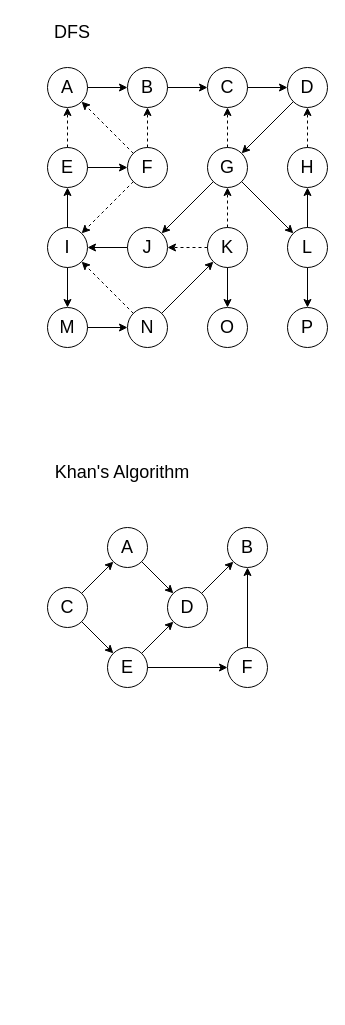
reissenzahn/blog keeps this draw.io diagram as page "graph-algorithms" (2 of 6) of static/img/diagrams.drawio. Above is the earlier version. Source tidied: cells renumbered, new cells numbered last; positions are measured from the earlier drawing's top-left corner, leaving out a move shared by most shapes. Both pictures are drawn from the tidied source at 100%, with x=0, y=0 at pixel (37, 17).
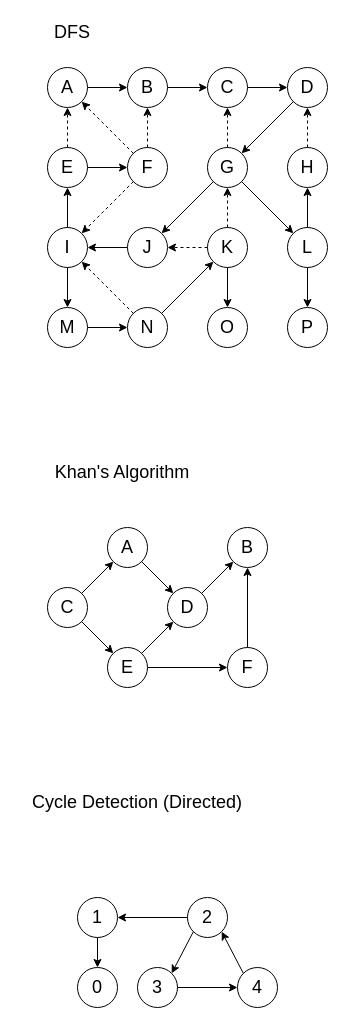
The same diagram, later.

What changed in the source:
```diff
@@
+    <mxCell id="57" value="Cycle Detection (Directed)" style="text;html=1;strokeColor=none;fillColor=none;align=center;verticalAlign=middle;whiteSpace=wrap;rounded=0;fontSize=18;" parent="1" vertex="1">
+      <mxGeometry x="-20" y="770" width="240" height="30" as="geometry" />
+    </mxCell>
+    <mxCell id="58" style="edgeStyle=none;rounded=0;jettySize=auto;html=1;exitX=1;exitY=0.5;exitDx=0;exitDy=0;entryX=0;entryY=0.5;entryDx=0;entryDy=0;" parent="1" edge="1" source="59" target="63">
+      <mxGeometry relative="1" as="geometry" />
+    </mxCell>
+    <mxCell id="59" value="&lt;font style=&quot;font-size: 18px&quot;&gt;3&lt;/font&gt;" style="ellipse;whiteSpace=wrap;html=1;fillColor=none;" parent="1" vertex="1">
+      <mxGeometry x="100" y="950" width="40" height="40" as="geometry" />
+    </mxCell>
+    <mxCell id="60" style="rounded=0;jettySize=auto;html=1;exitX=0;exitY=1;exitDx=0;exitDy=0;entryX=1;entryY=0;entryDx=0;entryDy=0;" parent="1" edge="1" source="61" target="59">
+      <mxGeometry relative="1" as="geometry" />
+    </mxCell>
+    <mxCell id="61" value="&lt;font style=&quot;font-size: 18px&quot;&gt;2&lt;/font&gt;" style="ellipse;whiteSpace=wrap;html=1;fillColor=none;" parent="1" vertex="1">
+      <mxGeometry x="150" y="880" width="40" height="40" as="geometry" />
+    </mxCell>
+    <mxCell id="62" style="edgeStyle=none;rounded=0;jettySize=auto;html=1;exitX=0;exitY=0;exitDx=0;exitDy=0;entryX=1;entryY=1;entryDx=0;entryDy=0;" parent="1" edge="1" source="63" target="61">
+      <mxGeometry relative="1" as="geometry" />
+    </mxCell>
+    <mxCell id="63" value="&lt;font style=&quot;font-size: 18px&quot;&gt;4&lt;/font&gt;" style="ellipse;whiteSpace=wrap;html=1;fillColor=none;" parent="1" vertex="1">
+      <mxGeometry x="200" y="950" width="40" height="40" as="geometry" />
+    </mxCell>
+    <mxCell id="64" style="edgeStyle=none;rounded=0;jettySize=auto;html=1;exitX=0;exitY=0.5;exitDx=0;exitDy=0;entryX=1;entryY=0.5;entryDx=0;entryDy=0;fontSize=18;" parent="1" edge="1" source="61" target="67">
+      <mxGeometry relative="1" as="geometry" />
+    </mxCell>
+    <mxCell id="65" value="&lt;font style=&quot;font-size: 18px&quot;&gt;0&lt;/font&gt;" style="ellipse;whiteSpace=wrap;html=1;fillColor=none;" parent="1" vertex="1">
+      <mxGeometry x="40" y="950" width="40" height="40" as="geometry" />
+    </mxCell>
+    <mxCell id="66" style="rounded=0;jettySize=auto;html=1;exitX=0.5;exitY=1;exitDx=0;exitDy=0;entryX=0.5;entryY=0;entryDx=0;entryDy=0;" parent="1" edge="1" source="67" target="65">
+      <mxGeometry relative="1" as="geometry" />
+    </mxCell>
+    <mxCell id="67" value="&lt;font style=&quot;font-size: 18px&quot;&gt;1&lt;/font&gt;" style="ellipse;whiteSpace=wrap;html=1;fillColor=none;" parent="1" vertex="1">
+      <mxGeometry x="40" y="880" width="40" height="40" as="geometry" />
+    </mxCell>
```
